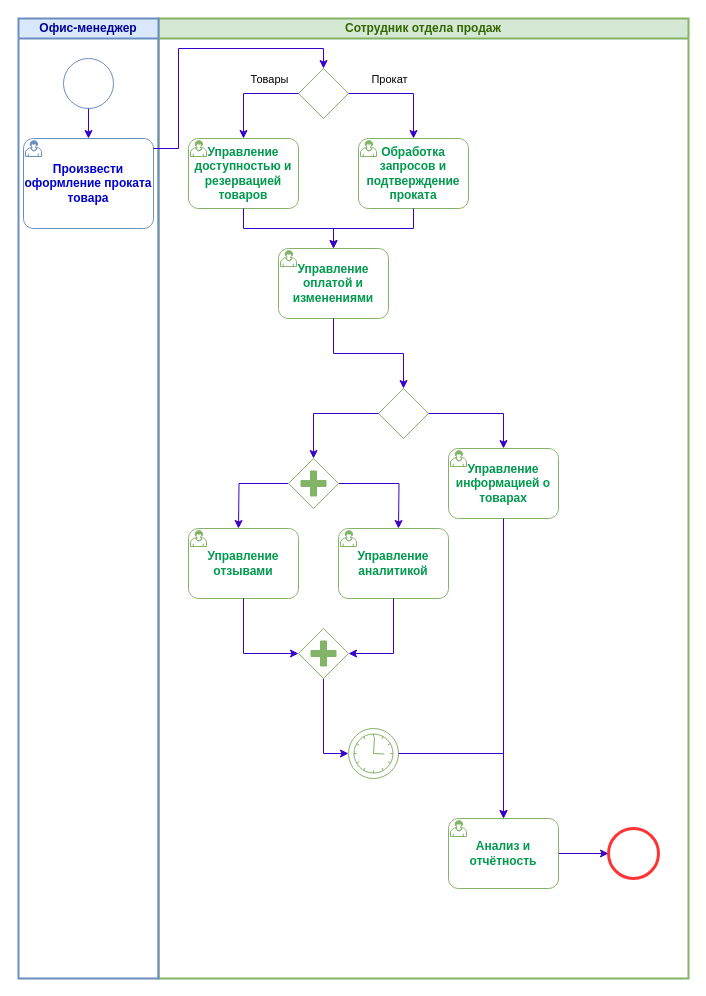
Matuk247/drawio keeps this draw.io diagram as Задание №5.drawio. Above is the earlier version. Source tidied: cells renumbered, new cells numbered last; positions are measured from the earlier drawing's top-left corner, leaving out a move shared by most shapes. Both pictures are drawn from the tidied source at 100%, with x=0, y=0 at pixel (18, 18).
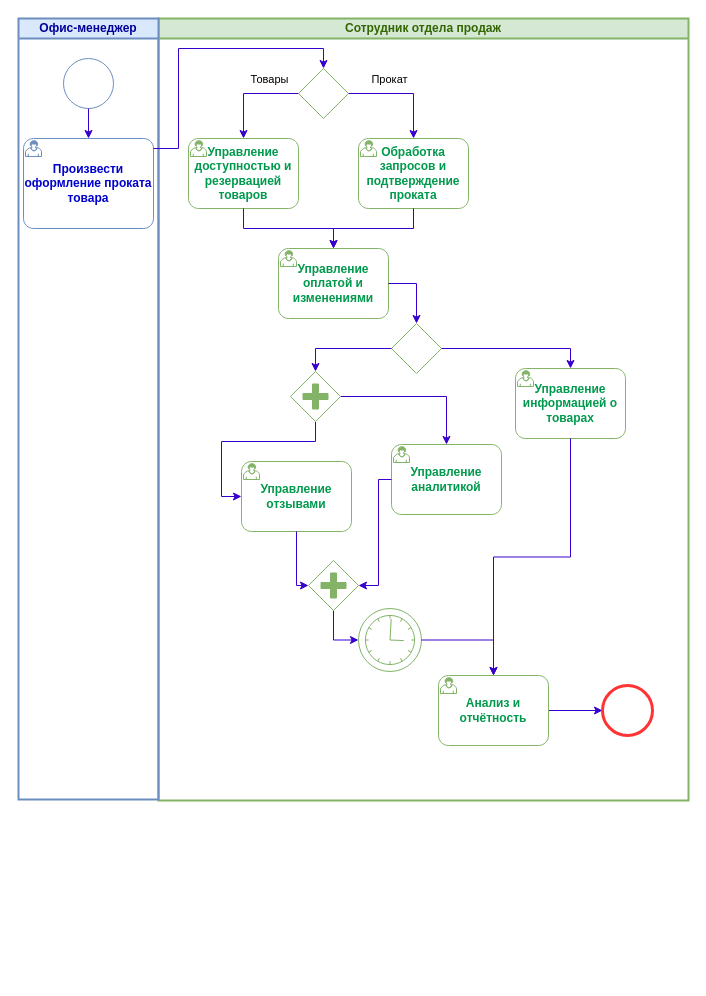
Above is the later version.

The edit, as a diff of the source:
```diff
@@
     <mxCell id="2" value="Сотрудник отдела продаж" style="swimlane;startSize=20;whiteSpace=wrap;html=1;fillColor=#d5e8d4;strokeColor=#82b366;strokeWidth=2;fontColor=#336600;" parent="1" vertex="1">
-      <mxGeometry x="140" width="530" height="960" as="geometry" />
+      <mxGeometry x="140" width="530" height="782" as="geometry" />
     </mxCell>
@@
     <mxCell id="13" style="points=[[0.25,0.25,0],[0.5,0,0],[0.75,0.25,0],[1,0.5,0],[0.75,0.75,0],[0.5,1,0],[0.25,0.75,0],[0,0.5,0]];shape=mxgraph.bpmn.gateway2;html=1;verticalLabelPosition=bottom;labelBackgroundColor=#ffffff;verticalAlign=top;align=center;perimeter=rhombusPerimeter;outlineConnect=0;outline=none;symbol=none;fillColor=default;strokeColor=#82b366;fontColor=#00994D;fontSize=12;fontStyle=1;" parent="2" vertex="1">
-      <mxGeometry x="220" y="370" width="50" height="50" as="geometry" />
+      <mxGeometry x="233" y="305" width="50" height="50" as="geometry" />
     </mxCell>
@@
     <mxCell id="15" value="Управление информацией о товарах" style="points=[[0.25,0,0],[0.5,0,0],[0.75,0,0],[1,0.25,0],[1,0.5,0],[1,0.75,0],[0.75,1,0],[0.5,1,0],[0.25,1,0],[0,0.75,0],[0,0.5,0],[0,0.25,0]];shape=mxgraph.bpmn.task;whiteSpace=wrap;rectStyle=rounded;size=10;html=1;taskMarker=user;fillColor=default;strokeColor=#82b366;fontColor=#00994D;fontSize=12;fontStyle=1;" parent="2" vertex="1">
-      <mxGeometry x="290" y="430" width="110" height="70" as="geometry" />
+      <mxGeometry x="357" y="350" width="110" height="70" as="geometry" />
     </mxCell>
@@
-    <mxCell id="17" style="edgeStyle=orthogonalEdgeStyle;rounded=0;jettySize=auto;html=1;fillColor=#6a00ff;strokeColor=#3700CC;" parent="2" edge="1" source="19">
-      <mxGeometry relative="1" as="geometry">
-        <mxPoint x="80" y="510" as="targetPoint" />
-      </mxGeometry>
+    <mxCell id="17" style="edgeStyle=orthogonalEdgeStyle;rounded=0;jettySize=auto;html=1;fillColor=#6a00ff;strokeColor=#3700CC;entryX=0;entryY=0.5;entryDx=0;entryDy=0;entryPerimeter=0;" parent="2" edge="1" source="19" target="21">
+      <mxGeometry relative="1" as="geometry" />
     </mxCell>
-    <mxCell id="18" style="edgeStyle=orthogonalEdgeStyle;rounded=0;jettySize=auto;html=1;fillColor=#6a00ff;strokeColor=#3700CC;" parent="2" edge="1" source="19">
-      <mxGeometry relative="1" as="geometry">
-        <mxPoint x="240" y="510" as="targetPoint" />
-      </mxGeometry>
+    <mxCell id="18" style="edgeStyle=orthogonalEdgeStyle;rounded=0;jettySize=auto;html=1;fillColor=#6a00ff;strokeColor=#3700CC;entryX=0.5;entryY=0;entryDx=0;entryDy=0;entryPerimeter=0;" parent="2" edge="1" source="19" target="22">
+      <mxGeometry relative="1" as="geometry" />
     </mxCell>
     <mxCell id="19" style="points=[[0.25,0.25,0],[0.5,0,0],[0.75,0.25,0],[1,0.5,0],[0.75,0.75,0],[0.5,1,0],[0.25,0.75,0],[0,0.5,0]];shape=mxgraph.bpmn.gateway2;html=1;verticalLabelPosition=bottom;labelBackgroundColor=#ffffff;verticalAlign=top;align=center;perimeter=rhombusPerimeter;outlineConnect=0;outline=none;symbol=none;gwType=parallel;fillColor=default;strokeColor=#82b366;fontColor=#00994D;fontSize=12;fontStyle=1;" parent="2" vertex="1">
-      <mxGeometry x="130" y="440" width="50" height="50" as="geometry" />
+      <mxGeometry x="132" y="353" width="50" height="50" as="geometry" />
     </mxCell>
@@
     <mxCell id="21" value="Управление отзывами" style="points=[[0.25,0,0],[0.5,0,0],[0.75,0,0],[1,0.25,0],[1,0.5,0],[1,0.75,0],[0.75,1,0],[0.5,1,0],[0.25,1,0],[0,0.75,0],[0,0.5,0],[0,0.25,0]];shape=mxgraph.bpmn.task;whiteSpace=wrap;rectStyle=rounded;size=10;html=1;taskMarker=user;fillColor=default;strokeColor=#82b366;fontColor=#00994D;fontSize=12;fontStyle=1;" parent="2" vertex="1">
-      <mxGeometry x="30" y="510" width="110" height="70" as="geometry" />
+      <mxGeometry x="83" y="443" width="110" height="70" as="geometry" />
     </mxCell>
     <mxCell id="22" value="Управление аналитикой" style="points=[[0.25,0,0],[0.5,0,0],[0.75,0,0],[1,0.25,0],[1,0.5,0],[1,0.75,0],[0.75,1,0],[0.5,1,0],[0.25,1,0],[0,0.75,0],[0,0.5,0],[0,0.25,0]];shape=mxgraph.bpmn.task;whiteSpace=wrap;rectStyle=rounded;size=10;html=1;taskMarker=user;fillColor=default;strokeColor=#82b366;fontColor=#00994D;fontSize=12;fontStyle=1;" parent="2" vertex="1">
-      <mxGeometry x="180" y="510" width="110" height="70" as="geometry" />
+      <mxGeometry x="233" y="426" width="110" height="70" as="geometry" />
     </mxCell>
@@
     <mxCell id="24" style="points=[[0.25,0.25,0],[0.5,0,0],[0.75,0.25,0],[1,0.5,0],[0.75,0.75,0],[0.5,1,0],[0.25,0.75,0],[0,0.5,0]];shape=mxgraph.bpmn.gateway2;html=1;verticalLabelPosition=bottom;labelBackgroundColor=#ffffff;verticalAlign=top;align=center;perimeter=rhombusPerimeter;outlineConnect=0;outline=none;symbol=none;gwType=parallel;fillColor=default;strokeColor=#82b366;fontColor=#00994D;fontSize=12;fontStyle=1;" parent="2" vertex="1">
-      <mxGeometry x="140" y="610" width="50" height="50" as="geometry" />
+      <mxGeometry x="150" y="542" width="50" height="50" as="geometry" />
     </mxCell>
     <mxCell id="25" style="edgeStyle=orthogonalEdgeStyle;rounded=0;jettySize=auto;html=1;entryX=0;entryY=0.5;entryDx=0;entryDy=0;entryPerimeter=0;fillColor=#6a00ff;strokeColor=#3700CC;" parent="2" edge="1" source="21" target="24">
-      <mxGeometry relative="1" as="geometry" />
+      <mxGeometry relative="1" as="geometry">
+        <Array as="points">
+          <mxPoint x="138" y="567" />
+        </Array>
+      </mxGeometry>
     </mxCell>
     <mxCell id="26" style="edgeStyle=orthogonalEdgeStyle;rounded=0;jettySize=auto;html=1;entryX=1;entryY=0.5;entryDx=0;entryDy=0;entryPerimeter=0;fillColor=#6a00ff;strokeColor=#3700CC;" parent="2" edge="1" source="22" target="24">
-      <mxGeometry relative="1" as="geometry" />
+      <mxGeometry relative="1" as="geometry">
+        <Array as="points">
+          <mxPoint x="220" y="461" />
+          <mxPoint x="220" y="567" />
+        </Array>
+      </mxGeometry>
     </mxCell>
     <mxCell id="27" style="points=[[0.145,0.145,0],[0.5,0,0],[0.855,0.145,0],[1,0.5,0],[0.855,0.855,0],[0.5,1,0],[0.145,0.855,0],[0,0.5,0]];shape=mxgraph.bpmn.event;html=1;verticalLabelPosition=bottom;labelBackgroundColor=#ffffff;verticalAlign=top;align=center;perimeter=ellipsePerimeter;outlineConnect=0;outline=standard;symbol=timer;fillColor=default;strokeColor=#82b366;fontColor=#00994D;fontSize=12;fontStyle=1;" parent="2" vertex="1">
-      <mxGeometry x="190" y="710" width="50" height="50" as="geometry" />
+      <mxGeometry x="200" y="590" width="63" height="63" as="geometry" />
     </mxCell>
@@
     <mxCell id="29" value="Анализ и отчётность" style="points=[[0.25,0,0],[0.5,0,0],[0.75,0,0],[1,0.25,0],[1,0.5,0],[1,0.75,0],[0.75,1,0],[0.5,1,0],[0.25,1,0],[0,0.75,0],[0,0.5,0],[0,0.25,0]];shape=mxgraph.bpmn.task;whiteSpace=wrap;rectStyle=rounded;size=10;html=1;taskMarker=user;fillColor=default;strokeColor=#82b366;fontColor=#00994D;fontSize=12;fontStyle=1;" parent="2" vertex="1">
-      <mxGeometry x="290" y="800" width="110" height="70" as="geometry" />
+      <mxGeometry x="280" y="657" width="110" height="70" as="geometry" />
     </mxCell>
@@
     <mxCell id="32" style="points=[[0.145,0.145,0],[0.5,0,0],[0.855,0.145,0],[1,0.5,0],[0.855,0.855,0],[0.5,1,0],[0.145,0.855,0],[0,0.5,0]];shape=mxgraph.bpmn.event;html=1;verticalLabelPosition=bottom;labelBackgroundColor=#ffffff;verticalAlign=top;align=center;perimeter=ellipsePerimeter;outlineConnect=0;outline=end;symbol=terminate2;fontColor=#FF3333;strokeColor=#FF3333;" parent="2" vertex="1">
-      <mxGeometry x="450" y="810" width="50" height="50" as="geometry" />
+      <mxGeometry x="444" y="667" width="50" height="50" as="geometry" />
     </mxCell>
     <mxCell id="33" value="&lt;font color=&quot;#000099&quot;&gt;Офис-менеджер&lt;/font&gt;" style="swimlane;startSize=20;whiteSpace=wrap;html=1;fillColor=#DAE8FC;strokeColor=#6c8ebf;strokeWidth=2;rounded=0;" parent="1" vertex="1">
-      <mxGeometry width="140" height="960" as="geometry" />
+      <mxGeometry width="140" height="781" as="geometry" />
     </mxCell>
```
